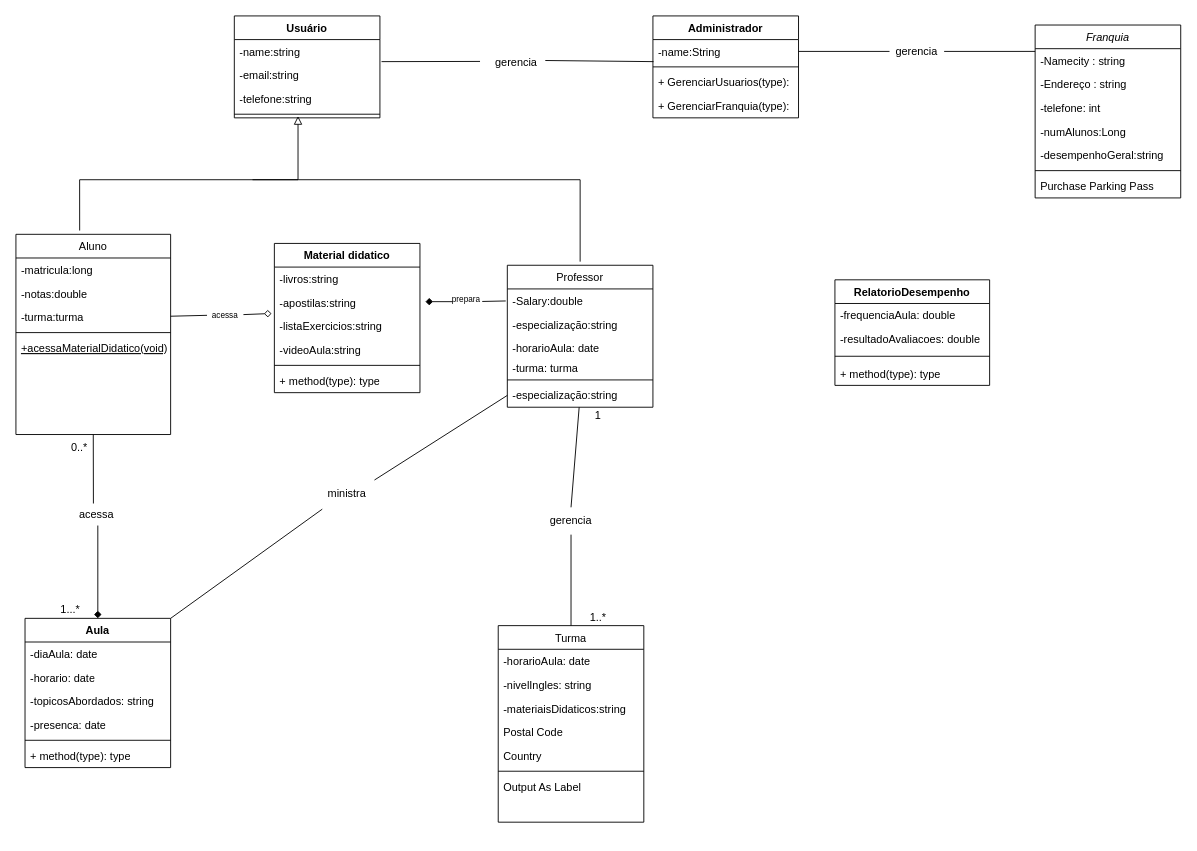
Before: Diagrama-Classes/Escola-Ingles.drawio in Wal221/ProjetoWeb2, a draw.io diagram. Source tidied: cells renumbered, new cells numbered last; positions are measured from the earlier drawing's top-left corner, leaving out a move shared by most shapes. Both pictures are drawn from the tidied source at 91%, with x=0, y=0 at pixel (15, 15).
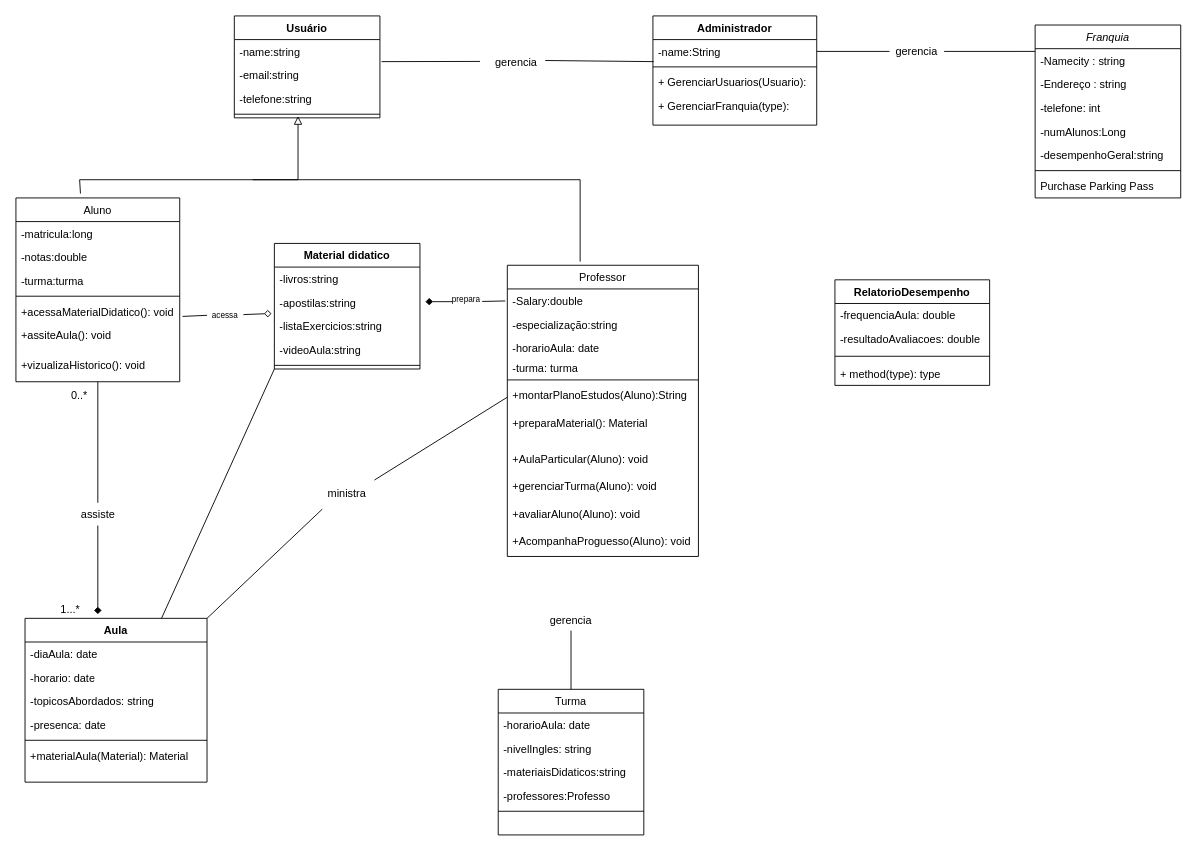
After the change.

Commit message:
Atualizado o diagrama de classes

The change refers to these unchanged cells:
```xml
<mxCell id="56" value="1...*" style="text;html=1;align=center;verticalAlign=middle;whiteSpace=wrap;rounded=0;" parent="1" vertex="1">
  <mxGeometry x="30" y="644" width="60" height="18" as="geometry" />
</mxCell>
<mxCell id="84" value="acessa" style="text;html=1;align=center;verticalAlign=middle;whiteSpace=wrap;rounded=0;fontSize=9;" parent="1" vertex="1">
  <mxGeometry x="210" y="320" width="40" height="18" as="geometry" />
</mxCell>
```

What changed in the source:
```diff
@@
     <mxCell id="10" value="Aluno" style="swimlane;fontStyle=0;align=center;verticalAlign=top;horizontal=1;startSize=26;rounded=0;shadow=0;strokeWidth=1;" parent="1" vertex="1">
-      <mxGeometry y="240" width="170" height="220" as="geometry" />
+      <mxGeometry y="200" width="180" height="202" as="geometry" />
     </mxCell>
     <mxCell id="11" value="-matricula:long" style="text;align=left;verticalAlign=top;spacingLeft=4;spacingRight=4;overflow=hidden;rounded=0;shadow=0;html=0;" parent="10" vertex="1">
-      <mxGeometry y="26" width="170" height="26" as="geometry" />
+      <mxGeometry y="26" width="180" height="26" as="geometry" />
     </mxCell>
     <mxCell id="12" value="-notas:double" style="text;align=left;verticalAlign=top;spacingLeft=4;spacingRight=4;overflow=hidden;rounded=0;shadow=0;html=0;" parent="10" vertex="1">
-      <mxGeometry y="52" width="170" height="26" as="geometry" />
+      <mxGeometry y="52" width="180" height="26" as="geometry" />
     </mxCell>
     <mxCell id="13" value="-turma:turma" style="text;align=left;verticalAlign=top;spacingLeft=4;spacingRight=4;overflow=hidden;rounded=0;shadow=0;html=0;" parent="10" vertex="1">
-      <mxGeometry y="78" width="170" height="26" as="geometry" />
+      <mxGeometry y="78" width="180" height="26" as="geometry" />
     </mxCell>
     <mxCell id="14" style="line;html=1;strokeWidth=1;align=left;verticalAlign=middle;spacingTop=-1;spacingLeft=3;spacingRight=3;labelPosition=right;" parent="10" vertex="1">
-      <mxGeometry y="104" width="170" height="8" as="geometry" />
+      <mxGeometry y="104" width="180" height="8" as="geometry" />
     </mxCell>
-    <mxCell id="15" value="+acessaMaterialDidatico(void)" style="text;align=left;verticalAlign=top;spacingLeft=4;spacingRight=4;overflow=hidden;fontStyle=4;" parent="10" vertex="1">
-      <mxGeometry y="112" width="170" height="26" as="geometry" />
-    </mxCell>
+    <mxCell id="87" value="+acessaMaterialDidatico(): void" style="text;align=left;verticalAlign=top;spacingLeft=4;spacingRight=4;overflow=hidden;points=[[0,0.5],[1,0.5]];portConstraint=eastwest;rounded=0;shadow=0;html=0;" parent="10" vertex="1">
+      <mxGeometry y="112" width="180" height="26" as="geometry" />
+    </mxCell>
+    <mxCell id="88" value="+assiteAula(): void" style="text;align=left;verticalAlign=top;spacingLeft=4;spacingRight=4;overflow=hidden;rounded=0;shadow=0;html=0;" parent="10" vertex="1">
+      <mxGeometry y="138" width="180" height="32" as="geometry" />
+    </mxCell>
+    <mxCell id="89" value="+vizualizaHistorico(): void" style="text;align=left;verticalAlign=top;spacingLeft=4;spacingRight=4;overflow=hidden;rounded=0;shadow=0;html=0;" parent="10" vertex="1">
+      <mxGeometry y="170" width="180" height="32" as="geometry" />
+    </mxCell>
     <mxCell id="16" value="Professor" style="swimlane;fontStyle=0;align=center;verticalAlign=top;horizontal=1;startSize=26;rounded=0;shadow=0;strokeWidth=1;" parent="1" vertex="1">
-      <mxGeometry x="540" y="274" width="160" height="156" as="geometry" />
+      <mxGeometry x="540" y="274" width="210" height="320" as="geometry" />
     </mxCell>
     <mxCell id="17" value="-Salary:double&#10;" style="text;align=left;verticalAlign=top;spacingLeft=4;spacingRight=4;overflow=hidden;points=[[0,0.5],[1,0.5]];portConstraint=eastwest;" parent="16" vertex="1">
-      <mxGeometry y="26" width="160" height="26" as="geometry" />
+      <mxGeometry y="26" width="210" height="26" as="geometry" />
     </mxCell>
     <mxCell id="18" value="-especialização:string&#10;" style="text;align=left;verticalAlign=top;spacingLeft=4;spacingRight=4;overflow=hidden;" parent="16" vertex="1">
-      <mxGeometry y="52" width="160" height="26" as="geometry" />
+      <mxGeometry y="52" width="210" height="26" as="geometry" />
     </mxCell>
     <mxCell id="19" value="-horarioAula: date&#10;" style="text;align=left;verticalAlign=top;spacingLeft=4;spacingRight=4;overflow=hidden;" parent="16" vertex="1">
-      <mxGeometry y="78" width="160" height="22" as="geometry" />
+      <mxGeometry y="78" width="210" height="22" as="geometry" />
     </mxCell>
     <mxCell id="20" value="-turma: turma&#10;" style="text;align=left;verticalAlign=top;spacingLeft=4;spacingRight=4;overflow=hidden;" parent="16" vertex="1">
-      <mxGeometry y="100" width="160" height="22" as="geometry" />
+      <mxGeometry y="100" width="210" height="22" as="geometry" />
     </mxCell>
     <mxCell id="21" style="line;html=1;strokeWidth=1;align=left;verticalAlign=middle;spacingTop=-1;spacingLeft=3;spacingRight=3;labelPosition=right;" parent="16" vertex="1">
-      <mxGeometry y="122" width="160" height="8" as="geometry" />
+      <mxGeometry y="122" width="210" height="8" as="geometry" />
     </mxCell>
-    <mxCell id="22" value="-especialização:string&#10;" style="text;align=left;verticalAlign=top;spacingLeft=4;spacingRight=4;overflow=hidden;points=[[0,0.5],[1,0.5]];portConstraint=eastwest;" parent="16" vertex="1">
-      <mxGeometry y="130" width="160" height="26" as="geometry" />
+    <mxCell id="22" value="+montarPlanoEstudos(Aluno):String&#10;" style="text;align=left;verticalAlign=top;spacingLeft=4;spacingRight=4;overflow=hidden;points=[[0,0.5],[1,0.5]];portConstraint=eastwest;" parent="16" vertex="1">
+      <mxGeometry y="130" width="210" height="30" as="geometry" />
     </mxCell>
+    <mxCell id="90" value="+preparaMaterial(): Material" style="text;align=left;verticalAlign=top;spacingLeft=4;spacingRight=4;overflow=hidden;" parent="16" vertex="1">
+      <mxGeometry y="160" width="210" height="40" as="geometry" />
+    </mxCell>
+    <mxCell id="91" value="+AulaParticular(Aluno): void" style="text;align=left;verticalAlign=top;spacingLeft=4;spacingRight=4;overflow=hidden;" parent="16" vertex="1">
+      <mxGeometry y="200" width="210" height="30" as="geometry" />
+    </mxCell>
+    <mxCell id="92" value="+gerenciarTurma(Aluno): void" style="text;align=left;verticalAlign=top;spacingLeft=4;spacingRight=4;overflow=hidden;" parent="16" vertex="1">
+      <mxGeometry y="230" width="210" height="30" as="geometry" />
+    </mxCell>
+    <mxCell id="93" value="+avaliarAluno(Aluno): void" style="text;align=left;verticalAlign=top;spacingLeft=4;spacingRight=4;overflow=hidden;" parent="16" vertex="1">
+      <mxGeometry y="260" width="210" height="30" as="geometry" />
+    </mxCell>
+    <mxCell id="94" value="+AcompanhaProguesso(Aluno): void" style="text;align=left;verticalAlign=top;spacingLeft=4;spacingRight=4;overflow=hidden;" parent="16" vertex="1">
+      <mxGeometry y="290" width="210" height="30" as="geometry" />
+    </mxCell>
     <mxCell id="23" value="Turma" style="swimlane;fontStyle=0;align=center;verticalAlign=top;horizontal=1;startSize=26;rounded=0;shadow=0;strokeWidth=1;" parent="1" vertex="1">
-      <mxGeometry x="530" y="670" width="160" height="216" as="geometry" />
+      <mxGeometry x="530" y="740" width="160" height="160" as="geometry" />
     </mxCell>
@@
-    <mxCell id="27" value="Postal Code" style="text;align=left;verticalAlign=top;spacingLeft=4;spacingRight=4;overflow=hidden;rounded=0;shadow=0;html=0;" parent="23" vertex="1">
+    <mxCell id="27" value="-professores:Professo" style="text;align=left;verticalAlign=top;spacingLeft=4;spacingRight=4;overflow=hidden;rounded=0;shadow=0;html=0;" parent="23" vertex="1">
       <mxGeometry y="104" width="160" height="26" as="geometry" />
     </mxCell>
-    <mxCell id="28" value="Country" style="text;align=left;verticalAlign=top;spacingLeft=4;spacingRight=4;overflow=hidden;rounded=0;shadow=0;html=0;" parent="23" vertex="1">
-      <mxGeometry y="130" width="160" height="26" as="geometry" />
-    </mxCell>
     <mxCell id="29" style="line;html=1;strokeWidth=1;align=left;verticalAlign=middle;spacingTop=-1;spacingLeft=3;spacingRight=3;labelPosition=right;" parent="23" vertex="1">
-      <mxGeometry y="156" width="160" height="8" as="geometry" />
+      <mxGeometry y="130" width="160" height="8" as="geometry" />
     </mxCell>
-    <mxCell id="30" value="Output As Label" style="text;align=left;verticalAlign=top;spacingLeft=4;spacingRight=4;overflow=hidden;" parent="23" vertex="1">
-      <mxGeometry y="164" width="160" height="26" as="geometry" />
-    </mxCell>
     <mxCell id="31" value="Aula" style="swimlane;fontStyle=1;align=center;verticalAlign=top;horizontal=1;startSize=26;whiteSpace=wrap;html=1;" parent="1" vertex="1">
-      <mxGeometry x="10" y="662" width="160" height="164" as="geometry" />
+      <mxGeometry x="10" y="662" width="200" height="180" as="geometry" />
     </mxCell>
     <mxCell id="32" value="-diaAula: date" style="text;strokeColor=none;fillColor=none;align=left;verticalAlign=top;spacingLeft=4;spacingRight=4;overflow=hidden;whiteSpace=wrap;html=1;" parent="31" vertex="1">
-      <mxGeometry y="26" width="160" height="26" as="geometry" />
+      <mxGeometry y="26" width="200" height="26" as="geometry" />
     </mxCell>
     <mxCell id="33" value="-horario: date" style="text;strokeColor=none;fillColor=none;align=left;verticalAlign=top;spacingLeft=4;spacingRight=4;overflow=hidden;whiteSpace=wrap;html=1;" parent="31" vertex="1">
-      <mxGeometry y="52" width="160" height="26" as="geometry" />
+      <mxGeometry y="52" width="200" height="26" as="geometry" />
     </mxCell>
     <mxCell id="34" value="-topicosAbordados: string" style="text;strokeColor=none;fillColor=none;align=left;verticalAlign=top;spacingLeft=4;spacingRight=4;overflow=hidden;whiteSpace=wrap;html=1;" parent="31" vertex="1">
-      <mxGeometry y="78" width="160" height="26" as="geometry" />
+      <mxGeometry y="78" width="200" height="26" as="geometry" />
     </mxCell>
     <mxCell id="35" value="-presenca: date" style="text;strokeColor=none;fillColor=none;align=left;verticalAlign=top;spacingLeft=4;spacingRight=4;overflow=hidden;whiteSpace=wrap;html=1;" parent="31" vertex="1">
-      <mxGeometry y="104" width="160" height="26" as="geometry" />
+      <mxGeometry y="104" width="200" height="26" as="geometry" />
     </mxCell>
     <mxCell id="36" style="line;strokeWidth=1;fillColor=none;align=left;verticalAlign=middle;spacingTop=-1;spacingLeft=3;spacingRight=3;labelPosition=right;strokeColor=inherit;" parent="31" vertex="1">
-      <mxGeometry y="130" width="160" height="8" as="geometry" />
+      <mxGeometry y="130" width="200" height="8" as="geometry" />
     </mxCell>
-    <mxCell id="37" value="+ method(type): type" style="text;strokeColor=none;fillColor=none;align=left;verticalAlign=top;spacingLeft=4;spacingRight=4;overflow=hidden;whiteSpace=wrap;html=1;" parent="31" vertex="1">
-      <mxGeometry y="138" width="160" height="26" as="geometry" />
+    <mxCell id="37" value="+materialAula(Material): Material" style="text;strokeColor=none;fillColor=none;align=left;verticalAlign=top;spacingLeft=4;spacingRight=4;overflow=hidden;whiteSpace=wrap;html=1;" parent="31" vertex="1">
+      <mxGeometry y="138" width="200" height="42" as="geometry" />
     </mxCell>
@@
     <mxCell id="43" value="Administrador" style="swimlane;fontStyle=1;align=center;verticalAlign=top;horizontal=1;startSize=26;whiteSpace=wrap;html=1;" parent="1" vertex="1">
-      <mxGeometry x="700" width="160" height="112" as="geometry" />
+      <mxGeometry x="700" width="180" height="120" as="geometry" />
     </mxCell>
     <mxCell id="44" value="-name:String" style="text;strokeColor=none;fillColor=none;align=left;verticalAlign=top;spacingLeft=4;spacingRight=4;overflow=hidden;points=[[0,0.5],[1,0.5]];portConstraint=eastwest;whiteSpace=wrap;html=1;" parent="43" vertex="1">
-      <mxGeometry y="26" width="160" height="26" as="geometry" />
+      <mxGeometry y="26" width="180" height="26" as="geometry" />
     </mxCell>
     <mxCell id="45" style="line;strokeWidth=1;fillColor=none;align=left;verticalAlign=middle;spacingTop=-1;spacingLeft=3;spacingRight=3;labelPosition=right;strokeColor=inherit;" parent="43" vertex="1">
-      <mxGeometry y="52" width="160" height="8" as="geometry" />
+      <mxGeometry y="52" width="180" height="8" as="geometry" />
     </mxCell>
-    <mxCell id="46" value="+ GerenciarUsuarios(type):&amp;nbsp;" style="text;strokeColor=none;fillColor=none;align=left;verticalAlign=top;spacingLeft=4;spacingRight=4;overflow=hidden;whiteSpace=wrap;html=1;" parent="43" vertex="1">
-      <mxGeometry y="60" width="160" height="26" as="geometry" />
+    <mxCell id="46" value="+ GerenciarUsuarios(Usuario):&amp;nbsp;" style="text;strokeColor=none;fillColor=none;align=left;verticalAlign=top;spacingLeft=4;spacingRight=4;overflow=hidden;whiteSpace=wrap;html=1;" parent="43" vertex="1">
+      <mxGeometry y="60" width="180" height="26" as="geometry" />
     </mxCell>
     <mxCell id="47" value="+ GerenciarFranquia(type):&amp;nbsp;" style="text;strokeColor=none;fillColor=none;align=left;verticalAlign=top;spacingLeft=4;spacingRight=4;overflow=hidden;whiteSpace=wrap;html=1;" parent="43" vertex="1">
-      <mxGeometry y="86" width="160" height="26" as="geometry" />
+      <mxGeometry y="86" width="180" height="34" as="geometry" />
     </mxCell>
@@
-    <mxCell id="53" style="endArrow=block;html=1;rounded=0;endFill=0;endSize=7;exitX=0.412;exitY=-0.019;exitDx=0;exitDy=0;exitPerimeter=0;" parent="1" edge="1" source="10">
+    <mxCell id="53" style="endArrow=block;html=1;rounded=0;endFill=0;endSize=7;exitX=0.394;exitY=-0.024;exitDx=0;exitDy=0;exitPerimeter=0;" parent="1" edge="1" source="10">
       <mxGeometry relative="1" as="geometry">
         <mxPoint x="310" y="110" as="targetPoint" />
         <Array as="points">
           <mxPoint x="70" y="180" />
           <mxPoint x="310" y="180" />
         </Array>
       </mxGeometry>
     </mxCell>
@@
-    <mxCell id="55" style="endArrow=diamond;html=1;rounded=0;endFill=1;entryX=0.5;entryY=0;entryDx=0;entryDy=0;" parent="1" edge="1" source="58" target="31">
+    <mxCell id="55" style="endArrow=diamond;html=1;rounded=0;endFill=1;entryX=1;entryY=0.75;entryDx=0;entryDy=0;exitX=0.5;exitY=1;exitDx=0;exitDy=0;" parent="1" edge="1" source="58" target="56">
       <mxGeometry relative="1" as="geometry" />
     </mxCell>
@@
-    <mxCell id="57" style="endArrow=none;html=1;rounded=0;endFill=0;exitX=0.5;exitY=1;exitDx=0;exitDy=0;entryX=0.397;entryY=0.032;entryDx=0;entryDy=0;entryPerimeter=0;" parent="1" edge="1" source="10" target="58">
+    <mxCell id="57" style="endArrow=none;html=1;rounded=0;endFill=0;exitX=0.5;exitY=1;exitDx=0;exitDy=0;entryX=0.5;entryY=0;entryDx=0;entryDy=0;" parent="1" edge="1" source="10" target="58">
       <mxGeometry relative="1" as="geometry" />
     </mxCell>
-    <mxCell id="58" value="acessa&amp;nbsp;" style="text;html=1;align=center;verticalAlign=middle;whiteSpace=wrap;rounded=0;" parent="1" vertex="1">
+    <mxCell id="58" value="assiste" style="text;html=1;align=center;verticalAlign=middle;whiteSpace=wrap;rounded=0;" parent="1" vertex="1">
       <mxGeometry x="66.5" y="535" width="47" height="25" as="geometry" />
     </mxCell>
-    <mxCell id="59" style="endArrow=none;html=1;rounded=0;exitX=0.5;exitY=0;exitDx=0;exitDy=0;" parent="1" edge="1" source="61" target="22">
+    <mxCell id="59" style="endArrow=none;html=1;rounded=0;exitX=0.5;exitY=0;exitDx=0;exitDy=0;entryX=0.5;entryY=0;entryDx=0;entryDy=0;" parent="1" edge="1" source="61" target="61">
       <mxGeometry relative="1" as="geometry" />
     </mxCell>
-    <mxCell id="60" style="endArrow=none;html=1;rounded=0;exitX=0.5;exitY=0;exitDx=0;exitDy=0;" parent="1" edge="1" source="23" target="61">
-      <mxGeometry relative="1" as="geometry" />
+    <mxCell id="60" style="endArrow=none;html=1;rounded=0;exitX=0.5;exitY=0;exitDx=0;exitDy=0;entryX=0;entryY=0.75;entryDx=0;entryDy=0;" parent="1" edge="1" source="23">
+      <mxGeometry relative="1" as="geometry">
+        <mxPoint x="610" y="675.5" as="targetPoint" />
+      </mxGeometry>
     </mxCell>
     <mxCell id="61" value="gerencia" style="text;html=1;align=center;verticalAlign=middle;whiteSpace=wrap;rounded=0;" parent="1" vertex="1">
-      <mxGeometry x="580" y="540" width="60" height="30" as="geometry" />
+      <mxGeometry x="580" y="650" width="60" height="30" as="geometry" />
     </mxCell>
-    <mxCell id="62" value="1" style="text;html=1;align=center;verticalAlign=middle;whiteSpace=wrap;rounded=0;" parent="1" vertex="1">
-      <mxGeometry x="610" y="430" width="60" height="18" as="geometry" />
-    </mxCell>
-    <mxCell id="63" value="1..*" style="text;html=1;align=center;verticalAlign=middle;whiteSpace=wrap;rounded=0;" parent="1" vertex="1">
-      <mxGeometry x="610" y="652" width="60" height="18" as="geometry" />
-    </mxCell>
@@
     <mxCell id="69" value="0..*" style="text;html=1;align=center;verticalAlign=middle;whiteSpace=wrap;rounded=0;" parent="1" vertex="1">
-      <mxGeometry x="40" y="460" width="60" height="30" as="geometry" />
+      <mxGeometry x="40" y="402" width="60" height="30" as="geometry" />
     </mxCell>
@@
     <mxCell id="74" value="Material didatico" style="swimlane;fontStyle=1;align=center;verticalAlign=top;horizontal=1;startSize=26;whiteSpace=wrap;html=1;" parent="1" vertex="1">
-      <mxGeometry x="284" y="250" width="160" height="164" as="geometry" />
+      <mxGeometry x="284" y="250" width="160" height="138" as="geometry" />
     </mxCell>
@@
-    <mxCell id="80" value="+ method(type): type" style="text;strokeColor=none;fillColor=none;align=left;verticalAlign=top;spacingLeft=4;spacingRight=4;overflow=hidden;whiteSpace=wrap;html=1;" parent="74" vertex="1">
-      <mxGeometry y="138" width="160" height="26" as="geometry" />
-    </mxCell>
@@
-    <mxCell id="83" style="endArrow=none;html=1;rounded=0;endFill=0;entryX=0;entryY=0.5;entryDx=0;entryDy=0;" parent="1" edge="1" target="84">
-      <mxGeometry relative="1" as="geometry">
-        <mxPoint x="170" y="330" as="sourcePoint" />
-      </mxGeometry>
+    <mxCell id="83" style="endArrow=none;html=1;rounded=0;endFill=0;entryX=0;entryY=0.5;entryDx=0;entryDy=0;exitX=1.017;exitY=0.7;exitDx=0;exitDy=0;exitPerimeter=0;" parent="1" edge="1" source="87" target="84">
+      <mxGeometry relative="1" as="geometry" />
     </mxCell>
@@
+    <mxCell id="95" style="endArrow=none;html=1;rounded=0;exitX=0.75;exitY=0;exitDx=0;exitDy=0;entryX=0;entryY=1;entryDx=0;entryDy=0;" parent="1" edge="1" source="31" target="74">
+      <mxGeometry relative="1" as="geometry" />
+    </mxCell>
```
